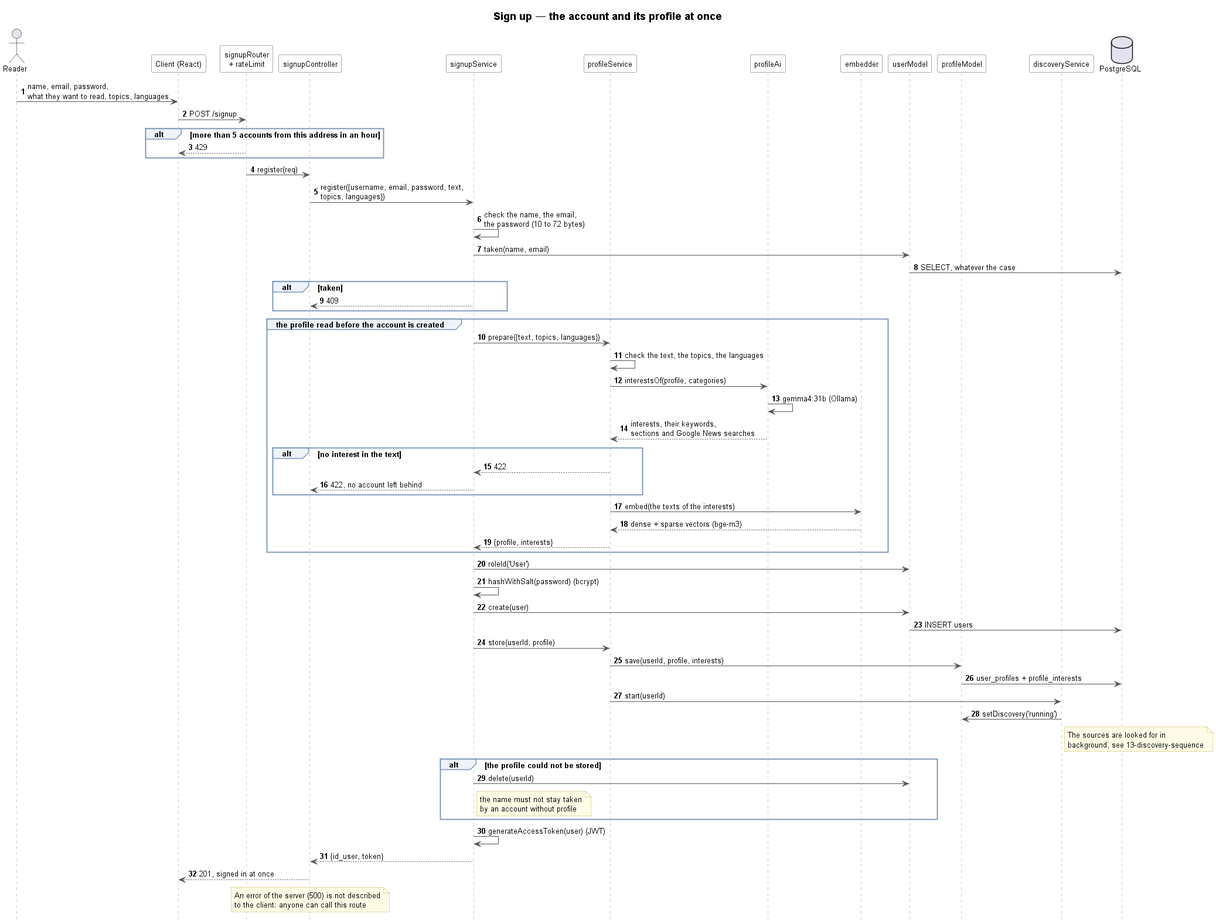
Earlier version of the PlantUML export docs/UML/sprint4/10-signup-sequence.png (TPI2026-NewsGenerator/NewsGenerator-Backend). Source of this version:
```plantuml
@startuml 10-signup-sequence
!include _sequence.iuml
title Sign up — the account and its profile at once

actor Reader
participant "Client (React)" as Client
participant "signupRouter\n+ rateLimit" as Router
participant signupController as Controller
participant signupService as Signup
participant profileService as Profile
participant profileAi as AI
participant embedder as Embedder
participant userModel as UserModel
participant profileModel as ProfileModel
participant discoveryService as Discovery
database "PostgreSQL" as DB

Reader -> Client : name, email, password,\nwhat they want to read, topics, languages
Client -> Router : POST /signup
alt more than 5 accounts from this address in an hour
    Router --> Client : 429
end
Router -> Controller : register(req)
Controller -> Signup : register({username, email, password, text, topics, languages})
Signup -> Signup : check the name, the email,\nthe password (10 to 72 bytes)
Signup -> UserModel : taken(name, email)
UserModel -> DB : SELECT, whatever the case
alt taken
    Signup --> Controller : 409
end

group the profile read before the account is created
    Signup -> Profile : prepare({text, topics, languages})
    Profile -> Profile : check the text, the topics, the languages
    Profile -> AI : interestsOf(profile, categories)
    AI -> AI : gemma4:31b (Ollama)
    AI --> Profile : interests, their keywords,\nsections and Google News searches
    alt no interest in the text
        Profile --> Signup : 422
        Signup --> Controller : 422, no account left behind
    end
    Profile -> Embedder : embed(the texts of the interests)
    Embedder --> Profile : dense + sparse vectors (bge-m3)
    Profile --> Signup : {profile, interests}
end

Signup -> UserModel : roleId('User')
Signup -> Signup : hashWithSalt(password) (bcrypt)
Signup -> UserModel : create(user)
UserModel -> DB : INSERT users
Signup -> Profile : store(userId, profile)
Profile -> ProfileModel : save(userId, profile, interests)
ProfileModel -> DB : user_profiles + profile_interests
Profile -> Discovery : start(userId)
Discovery -> ProfileModel : setDiscovery('running')
note right of Discovery
    The sources are looked for in
    background, see 13-discovery-sequence
end note
alt the profile could not be stored
    Signup -> UserModel : delete(userId)
    note right of Signup : the name must not stay taken\nby an account without profile
end
Signup -> Signup : generateAccessToken(user) (JWT)
Signup --> Controller : {id_user, token}
Controller --> Client : 201, signed in at once
note over Controller
    An error of the server (500) is not described
    to the client: anyone can call this route
end note
@enduml
```
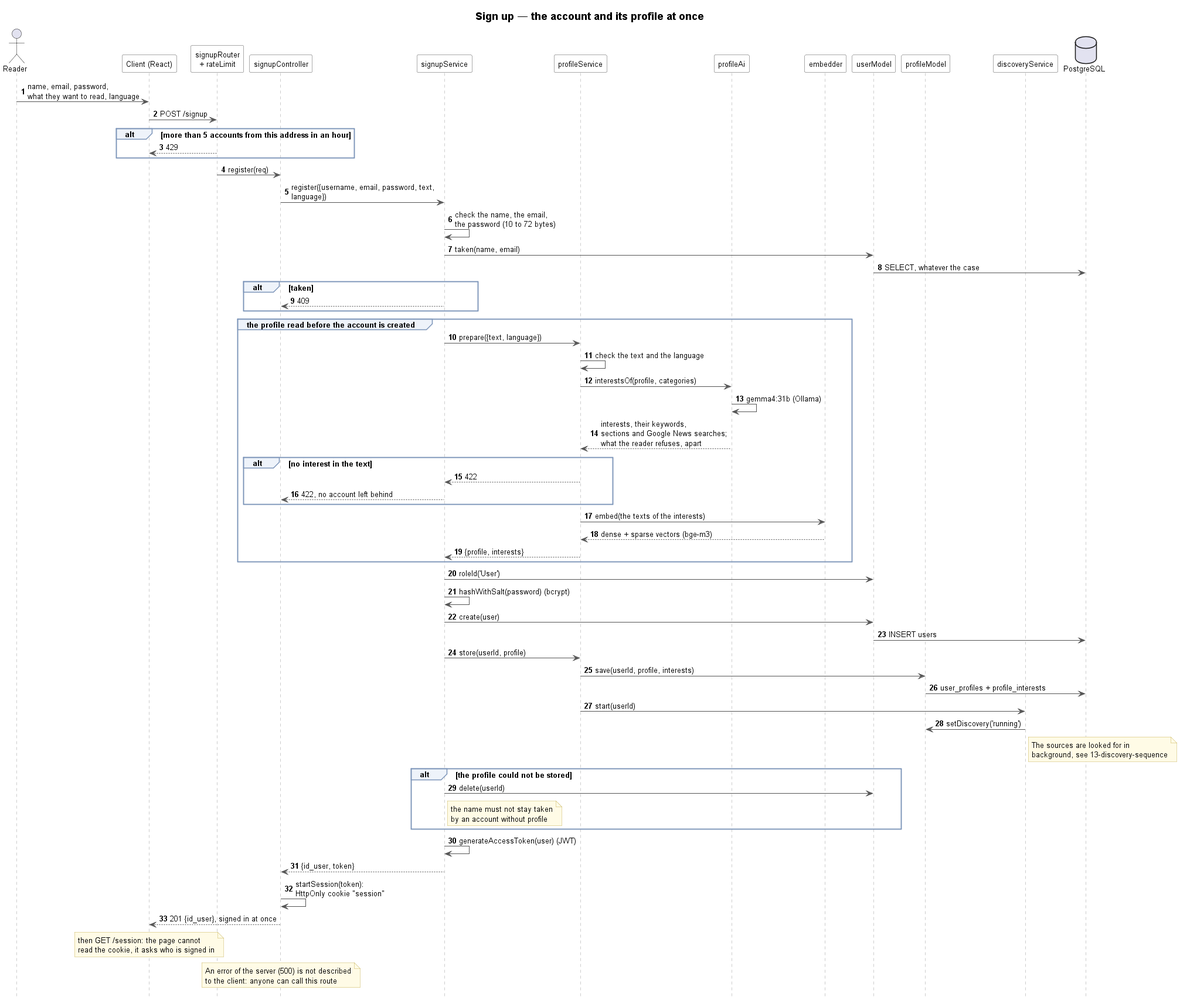
After the commit.

What changed in the source:
```diff
@@ -15,13 +15,13 @@
 participant discoveryService as Discovery
 database "PostgreSQL" as DB
 
-Reader -> Client : name, email, password,\nwhat they want to read, topics, languages
+Reader -> Client : name, email, password,\nwhat they want to read, language
 Client -> Router : POST /signup
 alt more than 5 accounts from this address in an hour
     Router --> Client : 429
 end
 Router -> Controller : register(req)
-Controller -> Signup : register({username, email, password, text, topics, languages})
+Controller -> Signup : register({username, email, password, text, language})
 Signup -> Signup : check the name, the email,\nthe password (10 to 72 bytes)
 Signup -> UserModel : taken(name, email)
 UserModel -> DB : SELECT, whatever the case
@@ -30,11 +30,11 @@
 end
 
 group the profile read before the account is created
-    Signup -> Profile : prepare({text, topics, languages})
-    Profile -> Profile : check the text, the topics, the languages
+    Signup -> Profile : prepare({text, language})
+    Profile -> Profile : check the text and the language
     Profile -> AI : interestsOf(profile, categories)
     AI -> AI : gemma4:31b (Ollama)
-    AI --> Profile : interests, their keywords,\nsections and Google News searches
+    AI --> Profile : interests, their keywords,\nsections and Google News searches;\nwhat the reader refuses, apart
     alt no interest in the text
         Profile --> Signup : 422
         Signup --> Controller : 422, no account left behind
@@ -63,7 +63,9 @@
 end
 Signup -> Signup : generateAccessToken(user) (JWT)
 Signup --> Controller : {id_user, token}
-Controller --> Client : 201, signed in at once
+Controller -> Controller : startSession(token):\nHttpOnly cookie "session"
+Controller --> Client : 201 {id_user}, signed in at once
+note over Client : then GET /session: the page cannot\nread the cookie, it asks who is signed in
 note over Controller
     An error of the server (500) is not described
     to the client: anyone can call this route
```
